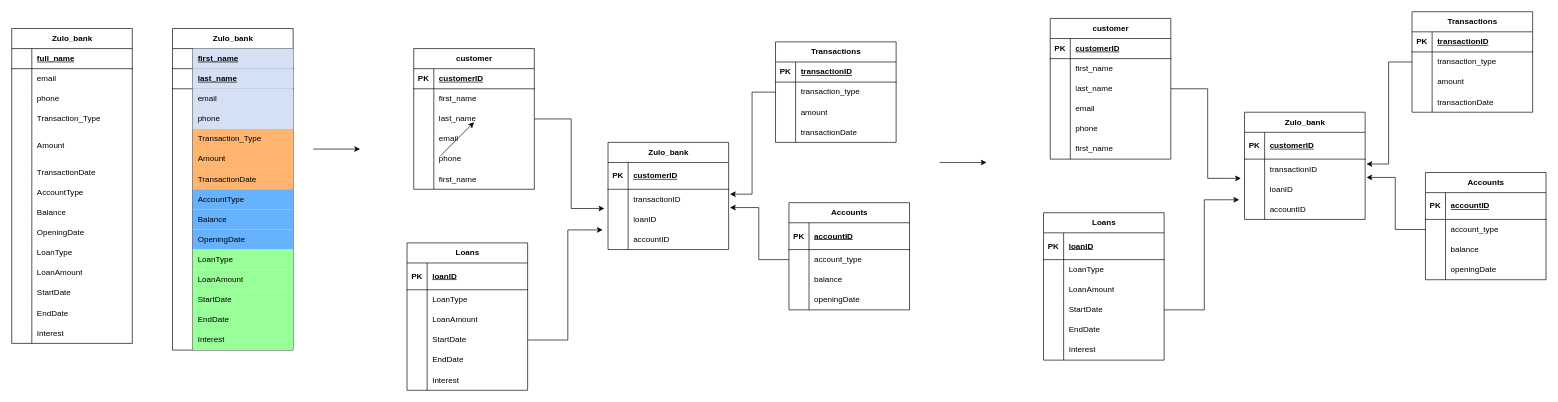
The draw.io diagram page "Page-1" (1 of 2) of Untitled Diagram.drawio in nonsosky/draw.io, before the edit. Source tidied: cells renumbered, new cells numbered last; positions are measured from the earlier drawing's top-left corner, leaving out a move shared by most shapes. Both pictures are drawn from the tidied source at 67%, with x=0, y=0 at pixel (11, 11).
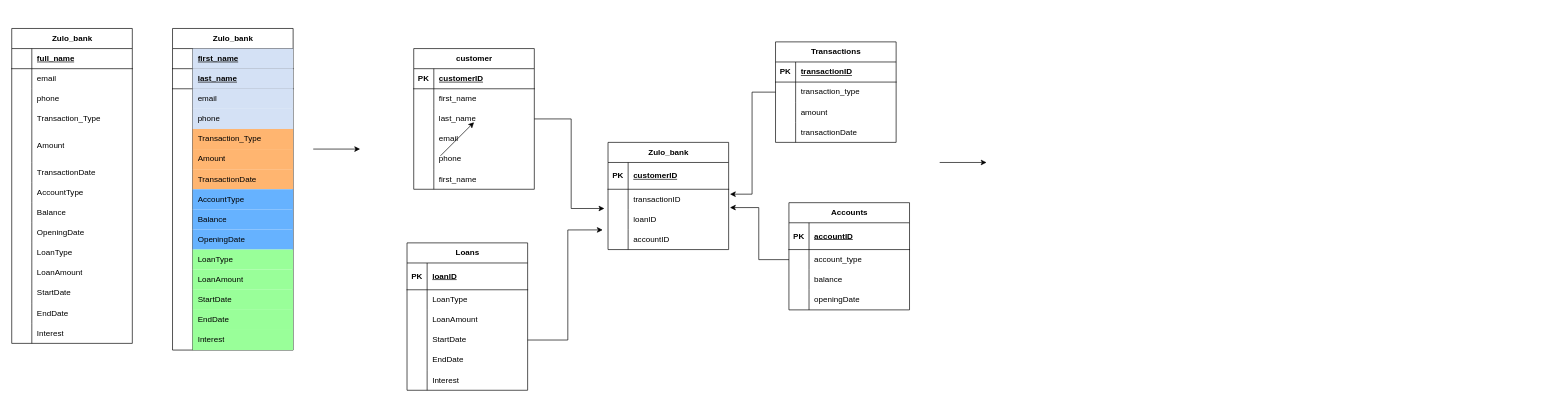
Above is the later version.

Commit message:
3rd Morminal Form

The edit, as a diff of the source:
```diff
@@
-    <mxCell id="175" value="customer" style="shape=table;startSize=30;childLayout=tableLayout;rowLines=0;fontStyle=1;align=center;html=1;" parent="1" vertex="1">
-      <mxGeometry x="1550" y="10" width="180" height="210" as="geometry" />
-    </mxCell>
-    <mxCell id="176" style="shape=tableRow;horizontal=0;startSize=0;swimlaneHead=0;swimlaneBody=0;fillColor=none;top=0;left=0;right=0;bottom=1;" parent="175" vertex="1">
-      <mxGeometry y="30" width="180" height="30" as="geometry" />
-    </mxCell>
-    <mxCell id="177" value="PK" style="shape=partialRectangle;fillColor=none;top=0;left=0;bottom=0;right=0;fontStyle=1;overflow=hidden;whiteSpace=wrap;html=1;" parent="176" vertex="1">
-      <mxGeometry width="30" height="30" as="geometry" />
-    </mxCell>
-    <mxCell id="178" value="customerID" style="shape=partialRectangle;fillColor=none;top=0;left=0;bottom=0;right=0;align=left;spacingLeft=6;fontStyle=5;overflow=hidden;whiteSpace=wrap;html=1;" parent="176" vertex="1">
-      <mxGeometry x="30" width="150" height="30" as="geometry" />
-    </mxCell>
-    <mxCell id="179" style="shape=tableRow;horizontal=0;startSize=0;swimlaneHead=0;swimlaneBody=0;fillColor=none;top=0;left=0;right=0;bottom=0;" parent="175" vertex="1">
-      <mxGeometry y="60" width="180" height="30" as="geometry" />
-    </mxCell>
-    <mxCell id="180" style="shape=partialRectangle;fillColor=none;top=0;left=0;bottom=0;right=0;overflow=hidden;whiteSpace=wrap;html=1;" parent="179" vertex="1">
-      <mxGeometry width="30" height="30" as="geometry" />
-    </mxCell>
-    <mxCell id="181" value="first_name" style="shape=partialRectangle;fillColor=none;top=0;left=0;bottom=0;right=0;align=left;spacingLeft=6;overflow=hidden;whiteSpace=wrap;html=1;" parent="179" vertex="1">
-      <mxGeometry x="30" width="150" height="30" as="geometry" />
-    </mxCell>
-    <mxCell id="182" style="shape=tableRow;horizontal=0;startSize=0;swimlaneHead=0;swimlaneBody=0;fillColor=none;points=[[0,0.5],[1,0.5]];portConstraint=eastwest;top=0;left=0;right=0;bottom=0;" parent="175" vertex="1">
-      <mxGeometry y="90" width="180" height="30" as="geometry" />
-    </mxCell>
-    <mxCell id="183" style="shape=partialRectangle;fillColor=none;top=0;left=0;bottom=0;right=0;overflow=hidden;whiteSpace=wrap;html=1;" parent="182" vertex="1">
-      <mxGeometry width="30" height="30" as="geometry" />
-    </mxCell>
-    <mxCell id="184" value="last_name" style="shape=partialRectangle;fillColor=none;top=0;left=0;bottom=0;right=0;align=left;spacingLeft=6;overflow=hidden;whiteSpace=wrap;html=1;" parent="182" vertex="1">
-      <mxGeometry x="30" width="150" height="30" as="geometry" />
-    </mxCell>
-    <mxCell id="185" style="shape=tableRow;horizontal=0;startSize=0;swimlaneHead=0;swimlaneBody=0;fillColor=none;top=0;left=0;right=0;bottom=0;" parent="175" vertex="1">
-      <mxGeometry y="120" width="180" height="30" as="geometry" />
-    </mxCell>
-    <mxCell id="186" style="shape=partialRectangle;fillColor=none;top=0;left=0;bottom=0;right=0;overflow=hidden;whiteSpace=wrap;html=1;" parent="185" vertex="1">
-      <mxGeometry width="30" height="30" as="geometry" />
-    </mxCell>
-    <mxCell id="187" value="email" style="shape=partialRectangle;fillColor=none;top=0;left=0;bottom=0;right=0;align=left;spacingLeft=6;overflow=hidden;whiteSpace=wrap;html=1;" parent="185" vertex="1">
-      <mxGeometry x="30" width="150" height="30" as="geometry" />
-    </mxCell>
-    <mxCell id="188" style="shape=tableRow;horizontal=0;startSize=0;swimlaneHead=0;swimlaneBody=0;fillColor=none;top=0;left=0;right=0;bottom=0;" parent="175" vertex="1">
-      <mxGeometry y="150" width="180" height="30" as="geometry" />
-    </mxCell>
-    <mxCell id="189" style="shape=partialRectangle;fillColor=none;top=0;left=0;bottom=0;right=0;overflow=hidden;whiteSpace=wrap;html=1;" parent="188" vertex="1">
-      <mxGeometry width="30" height="30" as="geometry" />
-    </mxCell>
-    <mxCell id="190" value="phone" style="shape=partialRectangle;fillColor=none;top=0;left=0;bottom=0;right=0;align=left;spacingLeft=6;overflow=hidden;whiteSpace=wrap;html=1;" parent="188" vertex="1">
-      <mxGeometry x="30" width="150" height="30" as="geometry" />
-    </mxCell>
-    <mxCell id="191" style="shape=tableRow;horizontal=0;startSize=0;swimlaneHead=0;swimlaneBody=0;fillColor=none;top=0;left=0;right=0;bottom=0;" parent="175" vertex="1">
-      <mxGeometry y="180" width="180" height="30" as="geometry" />
-    </mxCell>
-    <mxCell id="192" style="shape=partialRectangle;fillColor=none;top=0;left=0;bottom=0;right=0;overflow=hidden;whiteSpace=wrap;html=1;" parent="191" vertex="1">
-      <mxGeometry width="30" height="30" as="geometry" />
-    </mxCell>
-    <mxCell id="193" value="first_name" style="shape=partialRectangle;fillColor=none;top=0;left=0;bottom=0;right=0;align=left;spacingLeft=6;overflow=hidden;whiteSpace=wrap;html=1;" parent="191" vertex="1">
-      <mxGeometry x="30" width="150" height="30" as="geometry" />
-    </mxCell>
-    <mxCell id="194" value="Transactions" style="shape=table;startSize=30;childLayout=tableLayout;rowLines=0;fontStyle=1;align=center;html=1;" parent="1" vertex="1">
-      <mxGeometry x="2090" width="180" height="150" as="geometry" />
-    </mxCell>
-    <mxCell id="195" style="shape=tableRow;horizontal=0;startSize=0;swimlaneHead=0;swimlaneBody=0;fillColor=none;top=0;left=0;right=0;bottom=1;" parent="194" vertex="1">
-      <mxGeometry y="30" width="180" height="30" as="geometry" />
-    </mxCell>
-    <mxCell id="196" value="PK" style="shape=partialRectangle;fillColor=none;top=0;left=0;bottom=0;right=0;fontStyle=1;overflow=hidden;whiteSpace=wrap;html=1;" parent="195" vertex="1">
-      <mxGeometry width="30" height="30" as="geometry" />
-    </mxCell>
-    <mxCell id="197" value="transactionID" style="shape=partialRectangle;fillColor=none;top=0;left=0;bottom=0;right=0;align=left;spacingLeft=6;fontStyle=5;overflow=hidden;whiteSpace=wrap;html=1;" parent="195" vertex="1">
-      <mxGeometry x="30" width="150" height="30" as="geometry" />
-    </mxCell>
-    <mxCell id="198" style="shape=tableRow;horizontal=0;startSize=0;swimlaneHead=0;swimlaneBody=0;fillColor=none;points=[[0,0.5],[1,0.5]];portConstraint=eastwest;top=0;left=0;right=0;bottom=0;" parent="194" vertex="1">
-      <mxGeometry y="60" width="180" height="30" as="geometry" />
-    </mxCell>
-    <mxCell id="199" style="shape=partialRectangle;fillColor=none;top=0;left=0;bottom=0;right=0;overflow=hidden;whiteSpace=wrap;html=1;" parent="198" vertex="1">
-      <mxGeometry width="30" height="30" as="geometry" />
-    </mxCell>
-    <mxCell id="200" value="transaction_type" style="shape=partialRectangle;fillColor=none;top=0;left=0;bottom=0;right=0;align=left;spacingLeft=6;overflow=hidden;whiteSpace=wrap;html=1;" parent="198" vertex="1">
-      <mxGeometry x="30" width="150" height="30" as="geometry" />
-    </mxCell>
-    <mxCell id="201" style="shape=tableRow;horizontal=0;startSize=0;swimlaneHead=0;swimlaneBody=0;fillColor=none;top=0;left=0;right=0;bottom=0;" parent="194" vertex="1">
-      <mxGeometry y="90" width="180" height="30" as="geometry" />
-    </mxCell>
-    <mxCell id="202" style="shape=partialRectangle;fillColor=none;top=0;left=0;bottom=0;right=0;overflow=hidden;whiteSpace=wrap;html=1;" parent="201" vertex="1">
-      <mxGeometry width="30" height="30" as="geometry" />
-    </mxCell>
-    <mxCell id="203" value="amount" style="shape=partialRectangle;fillColor=none;top=0;left=0;bottom=0;right=0;align=left;spacingLeft=6;overflow=hidden;whiteSpace=wrap;html=1;" parent="201" vertex="1">
-      <mxGeometry x="30" width="150" height="30" as="geometry" />
-    </mxCell>
-    <mxCell id="204" style="shape=tableRow;horizontal=0;startSize=0;swimlaneHead=0;swimlaneBody=0;fillColor=none;top=0;left=0;right=0;bottom=0;" parent="194" vertex="1">
-      <mxGeometry y="120" width="180" height="30" as="geometry" />
-    </mxCell>
-    <mxCell id="205" style="shape=partialRectangle;fillColor=none;top=0;left=0;bottom=0;right=0;overflow=hidden;whiteSpace=wrap;html=1;" parent="204" vertex="1">
-      <mxGeometry width="30" height="30" as="geometry" />
-    </mxCell>
-    <mxCell id="206" value="transactionDate" style="shape=partialRectangle;fillColor=none;top=0;left=0;bottom=0;right=0;align=left;spacingLeft=6;overflow=hidden;whiteSpace=wrap;html=1;" parent="204" vertex="1">
-      <mxGeometry x="30" width="150" height="30" as="geometry" />
-    </mxCell>
-    <mxCell id="207" value="Accounts" style="shape=table;startSize=30;childLayout=tableLayout;rowLines=0;fontStyle=1;align=center;html=1;" parent="1" vertex="1">
-      <mxGeometry x="2110" y="240" width="180" height="160" as="geometry" />
-    </mxCell>
-    <mxCell id="208" style="shape=tableRow;horizontal=0;startSize=0;swimlaneHead=0;swimlaneBody=0;fillColor=none;top=0;left=0;right=0;bottom=1;" parent="207" vertex="1">
-      <mxGeometry y="30" width="180" height="40" as="geometry" />
-    </mxCell>
-    <mxCell id="209" value="PK" style="shape=partialRectangle;fillColor=none;top=0;left=0;bottom=0;right=0;fontStyle=1;overflow=hidden;whiteSpace=wrap;html=1;" parent="208" vertex="1">
-      <mxGeometry width="30" height="40" as="geometry" />
-    </mxCell>
-    <mxCell id="210" value="accountID" style="shape=partialRectangle;fillColor=none;top=0;left=0;bottom=0;right=0;align=left;spacingLeft=6;fontStyle=5;overflow=hidden;whiteSpace=wrap;html=1;" parent="208" vertex="1">
-      <mxGeometry x="30" width="150" height="40" as="geometry" />
-    </mxCell>
-    <mxCell id="211" style="shape=tableRow;horizontal=0;startSize=0;swimlaneHead=0;swimlaneBody=0;fillColor=none;points=[[0,0.5],[1,0.5]];portConstraint=eastwest;top=0;left=0;right=0;bottom=0;" parent="207" vertex="1">
-      <mxGeometry y="70" width="180" height="30" as="geometry" />
-    </mxCell>
-    <mxCell id="212" style="shape=partialRectangle;fillColor=none;top=0;left=0;bottom=0;right=0;overflow=hidden;whiteSpace=wrap;html=1;" parent="211" vertex="1">
-      <mxGeometry width="30" height="30" as="geometry" />
-    </mxCell>
-    <mxCell id="213" value="account_type" style="shape=partialRectangle;fillColor=none;top=0;left=0;bottom=0;right=0;align=left;spacingLeft=6;overflow=hidden;whiteSpace=wrap;html=1;" parent="211" vertex="1">
-      <mxGeometry x="30" width="150" height="30" as="geometry" />
-    </mxCell>
-    <mxCell id="214" style="shape=tableRow;horizontal=0;startSize=0;swimlaneHead=0;swimlaneBody=0;fillColor=none;top=0;left=0;right=0;bottom=0;" parent="207" vertex="1">
-      <mxGeometry y="100" width="180" height="30" as="geometry" />
-    </mxCell>
-    <mxCell id="215" style="shape=partialRectangle;fillColor=none;top=0;left=0;bottom=0;right=0;overflow=hidden;whiteSpace=wrap;html=1;" parent="214" vertex="1">
-      <mxGeometry width="30" height="30" as="geometry" />
-    </mxCell>
-    <mxCell id="216" value="balance" style="shape=partialRectangle;fillColor=none;top=0;left=0;bottom=0;right=0;align=left;spacingLeft=6;overflow=hidden;whiteSpace=wrap;html=1;" parent="214" vertex="1">
-      <mxGeometry x="30" width="150" height="30" as="geometry" />
-    </mxCell>
-    <mxCell id="217" style="shape=tableRow;horizontal=0;startSize=0;swimlaneHead=0;swimlaneBody=0;fillColor=none;top=0;left=0;right=0;bottom=0;" parent="207" vertex="1">
-      <mxGeometry y="130" width="180" height="30" as="geometry" />
-    </mxCell>
-    <mxCell id="218" style="shape=partialRectangle;fillColor=none;top=0;left=0;bottom=0;right=0;overflow=hidden;whiteSpace=wrap;html=1;" parent="217" vertex="1">
-      <mxGeometry width="30" height="30" as="geometry" />
-    </mxCell>
-    <mxCell id="219" value="openingDate" style="shape=partialRectangle;fillColor=none;top=0;left=0;bottom=0;right=0;align=left;spacingLeft=6;overflow=hidden;whiteSpace=wrap;html=1;" parent="217" vertex="1">
-      <mxGeometry x="30" width="150" height="30" as="geometry" />
-    </mxCell>
-    <mxCell id="220" value="Loans" style="shape=table;startSize=30;childLayout=tableLayout;rowLines=0;fontStyle=1;align=center;html=1;" parent="1" vertex="1">
-      <mxGeometry x="1540" y="300" width="180" height="220" as="geometry" />
-    </mxCell>
-    <mxCell id="221" style="shape=tableRow;horizontal=0;startSize=0;swimlaneHead=0;swimlaneBody=0;fillColor=none;top=0;left=0;right=0;bottom=1;" parent="220" vertex="1">
-      <mxGeometry y="30" width="180" height="40" as="geometry" />
-    </mxCell>
-    <mxCell id="222" value="PK" style="shape=partialRectangle;fillColor=none;top=0;left=0;bottom=0;right=0;fontStyle=1;overflow=hidden;whiteSpace=wrap;html=1;" parent="221" vertex="1">
-      <mxGeometry width="30" height="40" as="geometry" />
-    </mxCell>
-    <mxCell id="223" value="loanID" style="shape=partialRectangle;fillColor=none;top=0;left=0;bottom=0;right=0;align=left;spacingLeft=6;fontStyle=5;overflow=hidden;whiteSpace=wrap;html=1;" parent="221" vertex="1">
-      <mxGeometry x="30" width="150" height="40" as="geometry" />
-    </mxCell>
-    <mxCell id="224" style="shape=tableRow;horizontal=0;startSize=0;swimlaneHead=0;swimlaneBody=0;fillColor=none;top=0;left=0;right=0;bottom=0;" parent="220" vertex="1">
-      <mxGeometry y="70" width="180" height="30" as="geometry" />
-    </mxCell>
-    <mxCell id="225" style="shape=partialRectangle;fillColor=none;top=0;left=0;bottom=0;right=0;overflow=hidden;whiteSpace=wrap;html=1;" parent="224" vertex="1">
-      <mxGeometry width="30" height="30" as="geometry" />
-    </mxCell>
-    <mxCell id="226" value="LoanType" style="shape=partialRectangle;fillColor=none;top=0;left=0;bottom=0;right=0;align=left;spacingLeft=6;overflow=hidden;whiteSpace=wrap;html=1;" parent="224" vertex="1">
-      <mxGeometry x="30" width="150" height="30" as="geometry" />
-    </mxCell>
-    <mxCell id="227" style="shape=tableRow;horizontal=0;startSize=0;swimlaneHead=0;swimlaneBody=0;fillColor=none;top=0;left=0;right=0;bottom=0;" parent="220" vertex="1">
-      <mxGeometry y="100" width="180" height="30" as="geometry" />
-    </mxCell>
-    <mxCell id="228" style="shape=partialRectangle;fillColor=none;top=0;left=0;bottom=0;right=0;overflow=hidden;whiteSpace=wrap;html=1;" parent="227" vertex="1">
-      <mxGeometry width="30" height="30" as="geometry" />
-    </mxCell>
-    <mxCell id="229" value="LoanAmount" style="shape=partialRectangle;fillColor=none;top=0;left=0;bottom=0;right=0;align=left;spacingLeft=6;overflow=hidden;whiteSpace=wrap;html=1;" parent="227" vertex="1">
-      <mxGeometry x="30" width="150" height="30" as="geometry" />
-    </mxCell>
-    <mxCell id="230" style="shape=tableRow;horizontal=0;startSize=0;swimlaneHead=0;swimlaneBody=0;fillColor=none;points=[[0,0.5],[1,0.5]];portConstraint=eastwest;top=0;left=0;right=0;bottom=0;" parent="220" vertex="1">
-      <mxGeometry y="130" width="180" height="30" as="geometry" />
-    </mxCell>
-    <mxCell id="231" style="shape=partialRectangle;fillColor=none;top=0;left=0;bottom=0;right=0;overflow=hidden;whiteSpace=wrap;html=1;" parent="230" vertex="1">
-      <mxGeometry width="30" height="30" as="geometry" />
-    </mxCell>
-    <mxCell id="232" value="StartDate" style="shape=partialRectangle;fillColor=none;top=0;left=0;bottom=0;right=0;align=left;spacingLeft=6;overflow=hidden;whiteSpace=wrap;html=1;" parent="230" vertex="1">
-      <mxGeometry x="30" width="150" height="30" as="geometry" />
-    </mxCell>
-    <mxCell id="233" style="shape=tableRow;horizontal=0;startSize=0;swimlaneHead=0;swimlaneBody=0;fillColor=none;top=0;left=0;right=0;bottom=0;" parent="220" vertex="1">
-      <mxGeometry y="160" width="180" height="30" as="geometry" />
-    </mxCell>
-    <mxCell id="234" style="shape=partialRectangle;fillColor=none;top=0;left=0;bottom=0;right=0;overflow=hidden;whiteSpace=wrap;html=1;" parent="233" vertex="1">
-      <mxGeometry width="30" height="30" as="geometry" />
-    </mxCell>
-    <mxCell id="235" value="EndDate" style="shape=partialRectangle;fillColor=none;top=0;left=0;bottom=0;right=0;align=left;spacingLeft=6;overflow=hidden;whiteSpace=wrap;html=1;" parent="233" vertex="1">
-      <mxGeometry x="30" width="150" height="30" as="geometry" />
-    </mxCell>
-    <mxCell id="236" style="shape=tableRow;horizontal=0;startSize=0;swimlaneHead=0;swimlaneBody=0;fillColor=none;top=0;left=0;right=0;bottom=0;" parent="220" vertex="1">
-      <mxGeometry y="190" width="180" height="30" as="geometry" />
-    </mxCell>
-    <mxCell id="237" style="shape=partialRectangle;fillColor=none;top=0;left=0;bottom=0;right=0;overflow=hidden;whiteSpace=wrap;html=1;" parent="236" vertex="1">
-      <mxGeometry width="30" height="30" as="geometry" />
-    </mxCell>
-    <mxCell id="238" value="Interest" style="shape=partialRectangle;fillColor=none;top=0;left=0;bottom=0;right=0;align=left;spacingLeft=6;overflow=hidden;whiteSpace=wrap;html=1;" parent="236" vertex="1">
-      <mxGeometry x="30" width="150" height="30" as="geometry" />
-    </mxCell>
-    <mxCell id="239" value="Zulo_bank" style="shape=table;startSize=30;childLayout=tableLayout;rowLines=0;fontStyle=1;align=center;html=1;" parent="1" vertex="1">
-      <mxGeometry x="1840" y="150" width="180" height="160" as="geometry" />
-    </mxCell>
-    <mxCell id="240" style="shape=tableRow;horizontal=0;startSize=0;swimlaneHead=0;swimlaneBody=0;fillColor=none;top=0;left=0;right=0;bottom=1;" parent="239" vertex="1">
-      <mxGeometry y="30" width="180" height="40" as="geometry" />
-    </mxCell>
-    <mxCell id="241" value="PK" style="shape=partialRectangle;fillColor=none;top=0;left=0;bottom=0;right=0;fontStyle=1;overflow=hidden;whiteSpace=wrap;html=1;" parent="240" vertex="1">
-      <mxGeometry width="30" height="40" as="geometry" />
-    </mxCell>
-    <mxCell id="242" value="customerID" style="shape=partialRectangle;fillColor=none;top=0;left=0;bottom=0;right=0;align=left;spacingLeft=6;fontStyle=5;overflow=hidden;whiteSpace=wrap;html=1;" parent="240" vertex="1">
-      <mxGeometry x="30" width="150" height="40" as="geometry" />
-    </mxCell>
-    <mxCell id="243" style="shape=tableRow;horizontal=0;startSize=0;swimlaneHead=0;swimlaneBody=0;fillColor=none;points=[[0,0.5],[1,0.5]];portConstraint=eastwest;top=0;left=0;right=0;bottom=0;" parent="239" vertex="1">
-      <mxGeometry y="70" width="180" height="30" as="geometry" />
-    </mxCell>
-    <mxCell id="244" style="shape=partialRectangle;fillColor=none;top=0;left=0;bottom=0;right=0;overflow=hidden;whiteSpace=wrap;html=1;" parent="243" vertex="1">
-      <mxGeometry width="30" height="30" as="geometry" />
-    </mxCell>
-    <mxCell id="245" value="transactionID" style="shape=partialRectangle;fillColor=none;top=0;left=0;bottom=0;right=0;align=left;spacingLeft=6;overflow=hidden;whiteSpace=wrap;html=1;" parent="243" vertex="1">
-      <mxGeometry x="30" width="150" height="30" as="geometry" />
-    </mxCell>
-    <mxCell id="246" style="shape=tableRow;horizontal=0;startSize=0;swimlaneHead=0;swimlaneBody=0;fillColor=none;points=[[0,0.5],[1,0.5]];portConstraint=eastwest;top=0;left=0;right=0;bottom=0;" parent="239" vertex="1">
-      <mxGeometry y="100" width="180" height="30" as="geometry" />
-    </mxCell>
-    <mxCell id="247" style="shape=partialRectangle;fillColor=none;top=0;left=0;bottom=0;right=0;overflow=hidden;whiteSpace=wrap;html=1;" parent="246" vertex="1">
-      <mxGeometry width="30" height="30" as="geometry" />
-    </mxCell>
-    <mxCell id="248" value="loanID" style="shape=partialRectangle;fillColor=none;top=0;left=0;bottom=0;right=0;align=left;spacingLeft=6;overflow=hidden;whiteSpace=wrap;html=1;" parent="246" vertex="1">
-      <mxGeometry x="30" width="150" height="30" as="geometry" />
-    </mxCell>
-    <mxCell id="249" style="shape=tableRow;horizontal=0;startSize=0;swimlaneHead=0;swimlaneBody=0;fillColor=none;points=[[0,0.5],[1,0.5]];portConstraint=eastwest;top=0;left=0;right=0;bottom=0;" parent="239" vertex="1">
-      <mxGeometry y="130" width="180" height="30" as="geometry" />
-    </mxCell>
-    <mxCell id="250" style="shape=partialRectangle;fillColor=none;top=0;left=0;bottom=0;right=0;overflow=hidden;whiteSpace=wrap;html=1;" parent="249" vertex="1">
-      <mxGeometry width="30" height="30" as="geometry" />
-    </mxCell>
-    <mxCell id="251" value="accountID" style="shape=partialRectangle;fillColor=none;top=0;left=0;bottom=0;right=0;align=left;spacingLeft=6;overflow=hidden;whiteSpace=wrap;html=1;" parent="249" vertex="1">
-      <mxGeometry x="30" width="150" height="30" as="geometry" />
-    </mxCell>
-    <mxCell id="252" style="edgeStyle=orthogonalEdgeStyle;rounded=0;jettySize=auto;html=1;exitX=1;exitY=0.5;exitDx=0;exitDy=0;entryX=-0.03;entryY=-0.044;entryDx=0;entryDy=0;entryPerimeter=0;" parent="1" edge="1" source="182" target="246">
-      <mxGeometry relative="1" as="geometry" />
-    </mxCell>
-    <mxCell id="253" style="edgeStyle=orthogonalEdgeStyle;rounded=0;jettySize=auto;html=1;exitX=0;exitY=0.5;exitDx=0;exitDy=0;entryX=1.011;entryY=0.244;entryDx=0;entryDy=0;entryPerimeter=0;" parent="1" edge="1" source="198" target="243">
-      <mxGeometry relative="1" as="geometry" />
-    </mxCell>
-    <mxCell id="254" style="edgeStyle=orthogonalEdgeStyle;rounded=0;jettySize=auto;html=1;exitX=1;exitY=0.5;exitDx=0;exitDy=0;entryX=-0.044;entryY=0.022;entryDx=0;entryDy=0;entryPerimeter=0;" parent="1" edge="1" source="230" target="249">
-      <mxGeometry relative="1" as="geometry">
-        <Array as="points">
-          <mxPoint x="1780" y="445" />
-          <mxPoint x="1780" y="281" />
-        </Array>
-      </mxGeometry>
-    </mxCell>
-    <mxCell id="255" style="edgeStyle=orthogonalEdgeStyle;rounded=0;jettySize=auto;html=1;exitX=0;exitY=0.5;exitDx=0;exitDy=0;entryX=1.011;entryY=-0.089;entryDx=0;entryDy=0;entryPerimeter=0;" parent="1" edge="1" source="211" target="246">
-      <mxGeometry relative="1" as="geometry" />
-    </mxCell>
```
